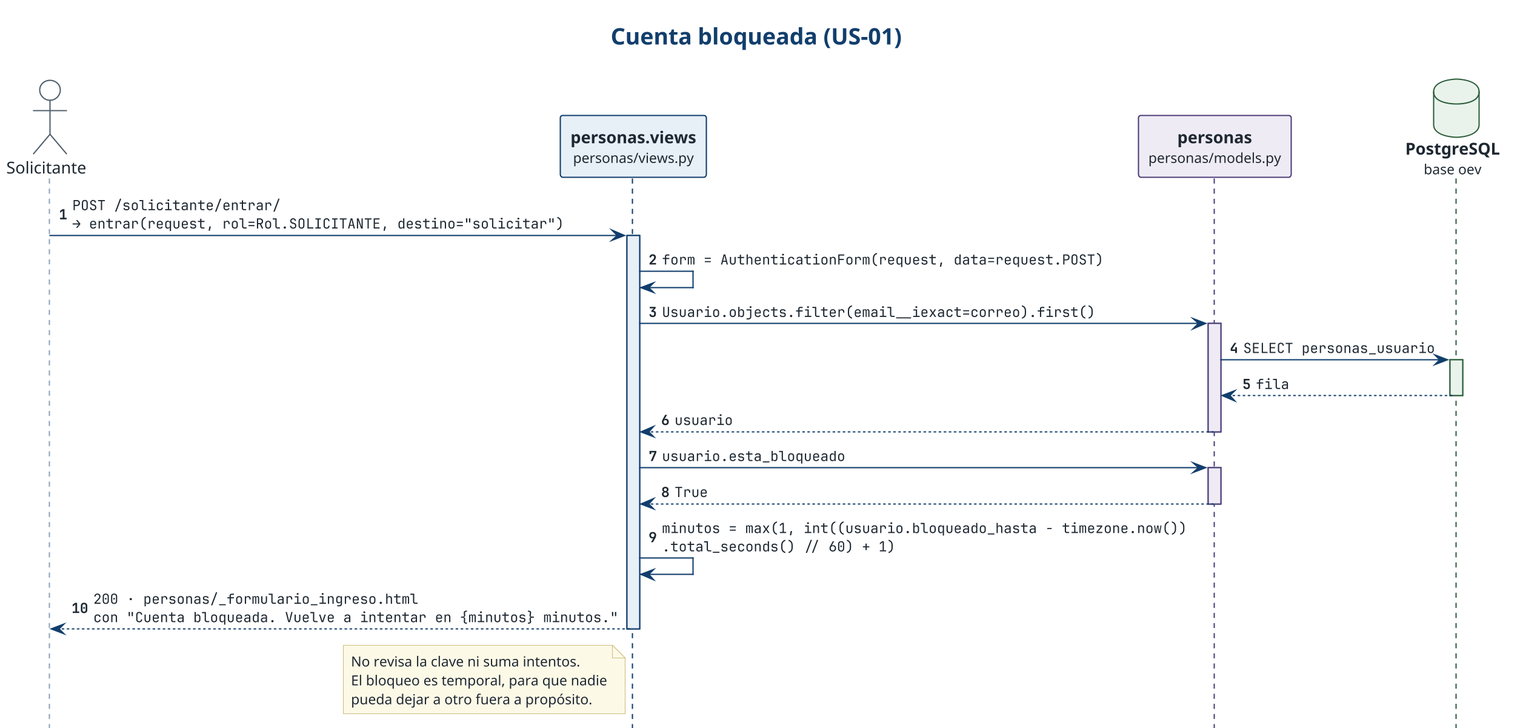
Before: docs/diagramas/us-01/cuenta-bloqueada.png, a diagram exported from PlantUML (darkanthem21/oev-sala-grabacion).
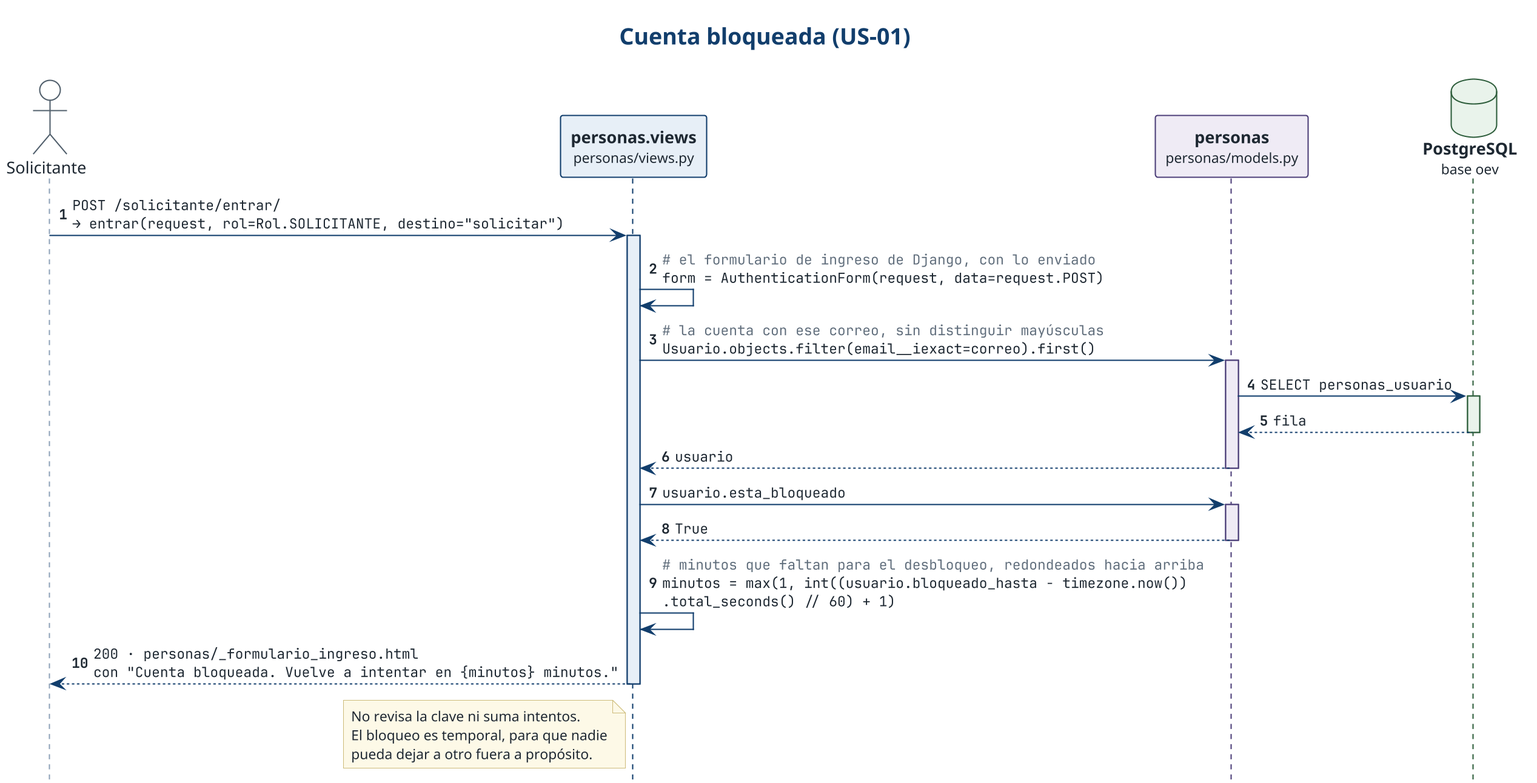
After the commit.

Change to the diagram source:
```diff
@@ -10,14 +10,14 @@
 database "<b>PostgreSQL</b>\n<size:11>base oev</size>" as D <<persistencia>>
 
 P -> N ++ : POST /solicitante/entrar/\n→ entrar(request, rol=Rol.SOLICITANTE, destino="solicitar")
-N -> N : form = AuthenticationForm(request, data=request.POST)
-N -> V ++ : Usuario.objects.filter(email__iexact=correo).first()
+N -> N : $comentario("el formulario de ingreso de Django, con lo enviado")\nform = AuthenticationForm(request, data=request.POST)
+N -> V ++ : $comentario("la cuenta con ese correo, sin distinguir mayúsculas")\nUsuario.objects.filter(email__iexact=correo).first()
 V -> D ++ : SELECT personas_usuario
 return fila
 return usuario
 N -> V ++ : usuario.esta_bloqueado
 return True
-N -> N : minutos = max(1, int((usuario.bloqueado_hasta - timezone.now())\n.total_seconds() // 60) + 1)
+N -> N : $comentario("minutos que faltan para el desbloqueo, redondeados hacia arriba")\nminutos = max(1, int((usuario.bloqueado_hasta - timezone.now())\n.total_seconds() // 60) + 1)
 N --> P : 200 · personas/_formulario_ingreso.html\ncon "Cuenta bloqueada. Vuelve a intentar en {minutos} minutos."
 note left of N
   No revisa la clave ni suma intentos.
```
